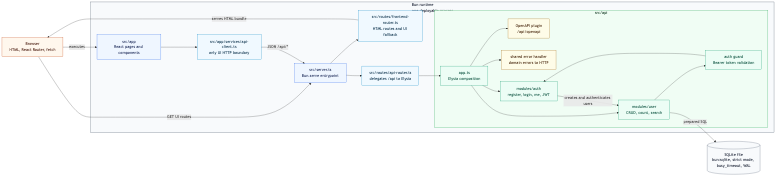
Above: docs/diagrams/exports/c4-container.png in elourenco/software-arch (Mermaid), before the change. Its source is kept beside it as docs/diagrams/c4-container.mmd.
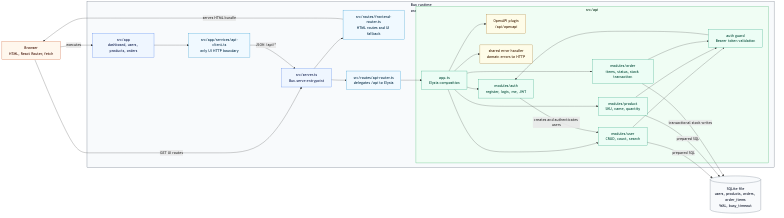
The same diagram one commit later.

Change to the diagram source:
```diff
@@ -12,7 +12,7 @@
     server["src/server.ts<br/>Bun.serve entrypoint"]
     frontendRouter["src/routes/frontend-router.ts<br/>HTML routes and UI fallback"]
     apiRouter["src/routes/api-router.ts<br/>delegates /api to Elysia"]
-    reactApp["src/app<br/>React pages and components"]
+    reactApp["src/app<br/>dashboard, users, products, orders"]
     apiClient["src/app/services/api-client.ts<br/>only UI HTTP boundary"]
 
     subgraph apiRuntime["src/api"]
@@ -21,11 +21,13 @@
       errorHandler["shared error handler<br/>domain errors to HTTP"]
       authModule["modules/auth<br/>register, login, me, JWT"]
       userModule["modules/user<br/>CRUD, count, search"]
+      productModule["modules/product<br/>SKU, name, quantity"]
+      orderModule["modules/order<br/>items, status, stock transaction"]
       authGuard["auth guard<br/>Bearer token validation"]
     end
   end
 
-  sqlite[("SQLite file<br/>bun:sqlite, strict mode, busy_timeout, WAL")]
+  sqlite[("SQLite file<br/>users, products, orders, order_items<br/>WAL, busy_timeout")]
 
   browser -- "GET UI routes" --> server
   server --> frontendRouter
@@ -40,15 +42,21 @@
   apiApp --> errorHandler
   apiApp --> authModule
   apiApp --> userModule
+  apiApp --> productModule
+  apiApp --> orderModule
   userModule --> authGuard
+  productModule --> authGuard
+  orderModule --> authGuard
   authGuard --> authModule
   authModule -- "creates and authenticates users" --> userModule
   userModule -- "prepared SQL" --> sqlite
+  productModule -- "prepared SQL" --> sqlite
+  orderModule -- "transactional stock writes" --> sqlite
 
   class browser client
   class server,reactApp runtime
   class frontendRouter,apiRouter,apiClient boundary
-  class apiApp,authModule,userModule,authGuard module
+  class apiApp,authModule,userModule,productModule,orderModule,authGuard module
   class sqlite data
   class openapi,errorHandler concern
   style bunRuntime fill:#f8fafc,stroke:#334155,color:#0f172a
```
